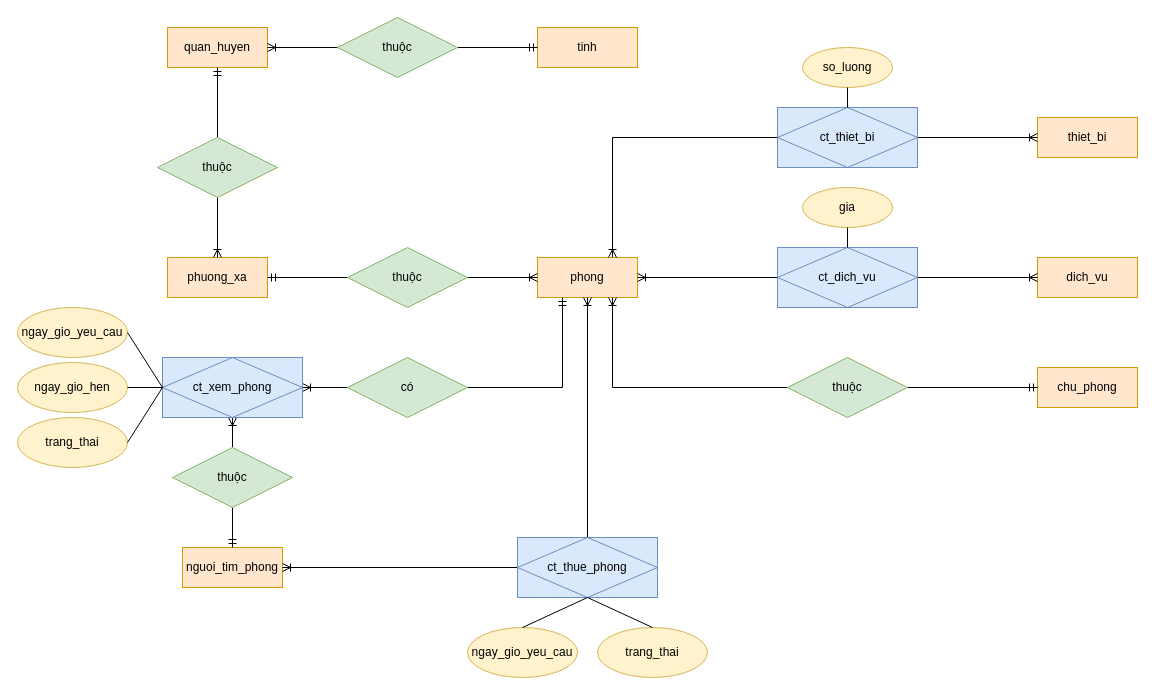
This is diagram.drawio from khanghy1000/seed-db-thue-phong-tro, a draw.io file, before an edit. Source tidied: cells renumbered, new cells numbered last; positions are measured from the earlier drawing's top-left corner, leaving out a move shared by most shapes. Both pictures are drawn from the tidied source at 100%, with x=0, y=0 at pixel (17, 17).
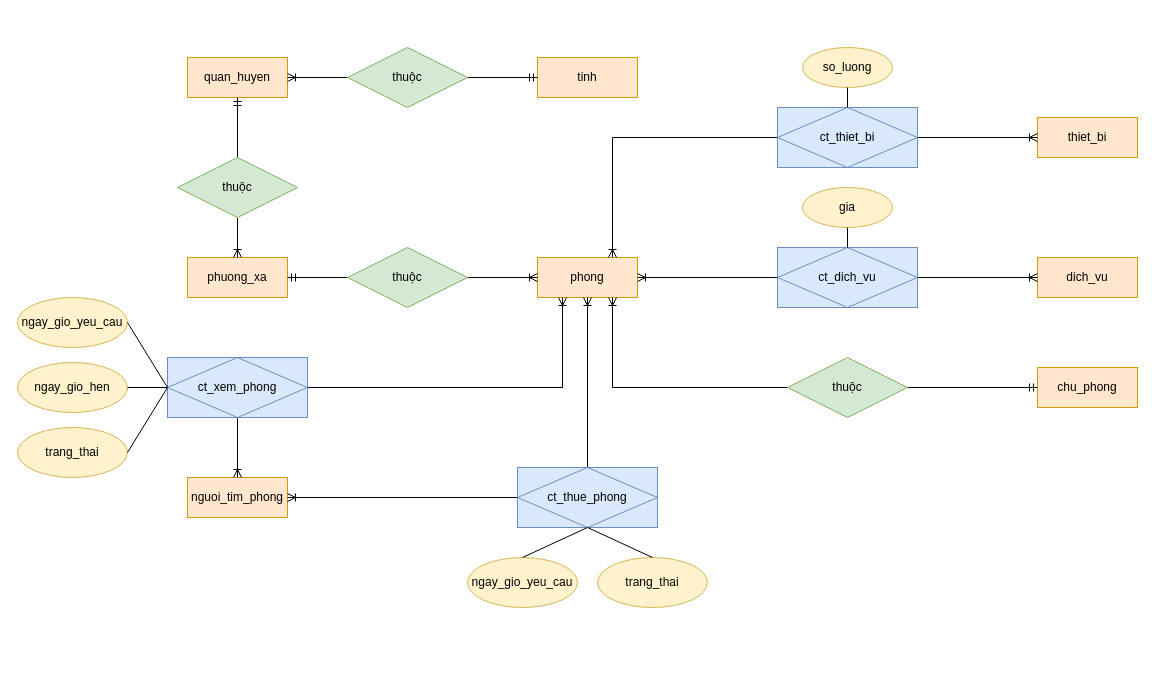
Above is the later version.

The change refers to these unchanged cells:
```xml
<mxCell id="2" value="phong" style="whiteSpace=wrap;html=1;align=center;fillColor=#ffe6cc;strokeColor=#d79b00;" parent="1" vertex="1">
  <mxGeometry x="520" y="240" width="100" height="40" as="geometry" />
</mxCell>
```

Diff of the diagram source:
```diff
@@
     <mxCell id="6" value="phuong_xa" style="whiteSpace=wrap;html=1;align=center;fillColor=#ffe6cc;strokeColor=#d79b00;" parent="1" vertex="1">
-      <mxGeometry x="150" y="240" width="100" height="40" as="geometry" />
+      <mxGeometry x="170" y="240" width="100" height="40" as="geometry" />
     </mxCell>
     <mxCell id="7" value="quan_huyen" style="whiteSpace=wrap;html=1;align=center;fillColor=#ffe6cc;strokeColor=#d79b00;" parent="1" vertex="1">
-      <mxGeometry x="150" y="10" width="100" height="40" as="geometry" />
+      <mxGeometry x="170" y="40" width="100" height="40" as="geometry" />
     </mxCell>
     <mxCell id="8" value="tinh" style="whiteSpace=wrap;html=1;align=center;fillColor=#ffe6cc;strokeColor=#d79b00;" parent="1" vertex="1">
-      <mxGeometry x="520" y="10" width="100" height="40" as="geometry" />
+      <mxGeometry x="520" y="40" width="100" height="40" as="geometry" />
     </mxCell>
     <mxCell id="9" value="nguoi_tim_phong" style="whiteSpace=wrap;html=1;align=center;fillColor=#ffe6cc;strokeColor=#d79b00;" parent="1" vertex="1">
-      <mxGeometry x="165" y="530" width="100" height="40" as="geometry" />
+      <mxGeometry x="170" y="460" width="100" height="40" as="geometry" />
     </mxCell>
@@
     <mxCell id="24" value="thuộc&lt;br&gt;" style="shape=rhombus;perimeter=rhombusPerimeter;whiteSpace=wrap;html=1;align=center;fillColor=#d5e8d4;strokeColor=#82b366;" parent="1" vertex="1">
-      <mxGeometry x="140" y="120" width="120" height="60" as="geometry" />
+      <mxGeometry x="160" y="140" width="120" height="60" as="geometry" />
     </mxCell>
@@
     <mxCell id="27" value="thuộc" style="shape=rhombus;perimeter=rhombusPerimeter;whiteSpace=wrap;html=1;align=center;fillColor=#d5e8d4;strokeColor=#82b366;" parent="1" vertex="1">
-      <mxGeometry x="320" width="120" height="60" as="geometry" />
+      <mxGeometry x="330" y="30" width="120" height="60" as="geometry" />
     </mxCell>
@@
     <mxCell id="30" value="ct_thue_phong" style="shape=associativeEntity;whiteSpace=wrap;html=1;align=center;fillColor=#dae8fc;strokeColor=#6c8ebf;" parent="1" vertex="1">
-      <mxGeometry x="500" y="520" width="140" height="60" as="geometry" />
+      <mxGeometry x="500" y="450" width="140" height="60" as="geometry" />
     </mxCell>
-    <mxCell id="31" style="edgeStyle=orthogonalEdgeStyle;rounded=0;jettySize=auto;html=1;exitX=0;exitY=0.5;exitDx=0;exitDy=0;endArrow=ERoneToMany;endFill=0;entryX=1;entryY=0.5;entryDx=0;entryDy=0;" parent="1" edge="1" source="33" target="47">
-      <mxGeometry relative="1" as="geometry" />
-    </mxCell>
-    <mxCell id="32" style="edgeStyle=orthogonalEdgeStyle;rounded=0;jettySize=auto;html=1;entryX=0.25;entryY=1;entryDx=0;entryDy=0;endArrow=ERmandOne;endFill=0;" parent="1" edge="1" source="33" target="2">
+    <mxCell id="32" style="edgeStyle=orthogonalEdgeStyle;rounded=0;jettySize=auto;html=1;entryX=0.25;entryY=1;entryDx=0;entryDy=0;endArrow=ERoneToMany;endFill=0;exitX=1;exitY=0.5;exitDx=0;exitDy=0;" parent="1" edge="1" source="47" target="2">
       <mxGeometry relative="1" as="geometry" />
     </mxCell>
-    <mxCell id="33" value="có&lt;br&gt;" style="shape=rhombus;perimeter=rhombusPerimeter;whiteSpace=wrap;html=1;align=center;fillColor=#d5e8d4;strokeColor=#82b366;" parent="1" vertex="1">
-      <mxGeometry x="330" y="340" width="120" height="60" as="geometry" />
-    </mxCell>
-    <mxCell id="34" style="edgeStyle=orthogonalEdgeStyle;rounded=0;jettySize=auto;html=1;exitX=0.5;exitY=0;exitDx=0;exitDy=0;endArrow=ERoneToMany;endFill=0;entryX=0.5;entryY=1;entryDx=0;entryDy=0;" parent="1" edge="1" source="36" target="47">
-      <mxGeometry relative="1" as="geometry" />
-    </mxCell>
-    <mxCell id="35" style="edgeStyle=orthogonalEdgeStyle;rounded=0;jettySize=auto;html=1;exitX=0.5;exitY=1;exitDx=0;exitDy=0;entryX=0.5;entryY=0;entryDx=0;entryDy=0;endArrow=ERmandOne;endFill=0;" parent="1" edge="1" source="36" target="9">
+    <mxCell id="35" style="edgeStyle=orthogonalEdgeStyle;rounded=0;jettySize=auto;html=1;exitX=0.5;exitY=1;exitDx=0;exitDy=0;entryX=0.5;entryY=0;entryDx=0;entryDy=0;endArrow=ERoneToMany;endFill=0;" parent="1" edge="1" source="47" target="9">
       <mxGeometry relative="1" as="geometry" />
     </mxCell>
-    <mxCell id="36" value="thuộc&lt;br&gt;" style="shape=rhombus;perimeter=rhombusPerimeter;whiteSpace=wrap;html=1;align=center;fillColor=#d5e8d4;strokeColor=#82b366;" parent="1" vertex="1">
-      <mxGeometry x="155" y="430" width="120" height="60" as="geometry" />
-    </mxCell>
@@
     <mxCell id="43" value="ngay_gio_yeu_cau&lt;br&gt;" style="ellipse;whiteSpace=wrap;html=1;fillColor=#fff2cc;strokeColor=#d6b656;" parent="1" vertex="1">
-      <mxGeometry x="450" y="610" width="110" height="50" as="geometry" />
+      <mxGeometry x="450" y="540" width="110" height="50" as="geometry" />
     </mxCell>
     <mxCell id="44" value="trang_thai" style="ellipse;whiteSpace=wrap;html=1;fillColor=#fff2cc;strokeColor=#d6b656;" parent="1" vertex="1">
-      <mxGeometry x="580" y="610" width="110" height="50" as="geometry" />
+      <mxGeometry x="580" y="540" width="110" height="50" as="geometry" />
     </mxCell>
@@
     <mxCell id="47" value="ct_xem_phong" style="shape=associativeEntity;whiteSpace=wrap;html=1;align=center;fillColor=#dae8fc;strokeColor=#6c8ebf;" parent="1" vertex="1">
-      <mxGeometry x="145" y="340" width="140" height="60" as="geometry" />
+      <mxGeometry x="150" y="340" width="140" height="60" as="geometry" />
     </mxCell>
     <mxCell id="48" value="ngay_gio_yeu_cau&lt;br&gt;" style="ellipse;whiteSpace=wrap;html=1;fillColor=#fff2cc;strokeColor=#d6b656;" parent="1" vertex="1">
-      <mxGeometry y="290" width="110" height="50" as="geometry" />
+      <mxGeometry y="280" width="110" height="50" as="geometry" />
     </mxCell>
     <mxCell id="49" value="trang_thai" style="ellipse;whiteSpace=wrap;html=1;fillColor=#fff2cc;strokeColor=#d6b656;" parent="1" vertex="1">
-      <mxGeometry y="400" width="110" height="50" as="geometry" />
+      <mxGeometry y="410" width="110" height="50" as="geometry" />
     </mxCell>
```
